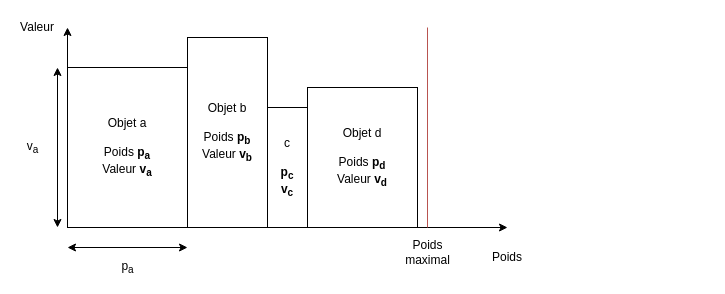
The draw.io diagram KP2.drawio in axelvan22/internship-lig, before the edit. Source tidied: cells renumbered, new cells numbered last; positions are measured from the earlier drawing's top-left corner, leaving out a move shared by most shapes. Both pictures are drawn from the tidied source at 100%, with x=0, y=0 at pixel (17, 17).
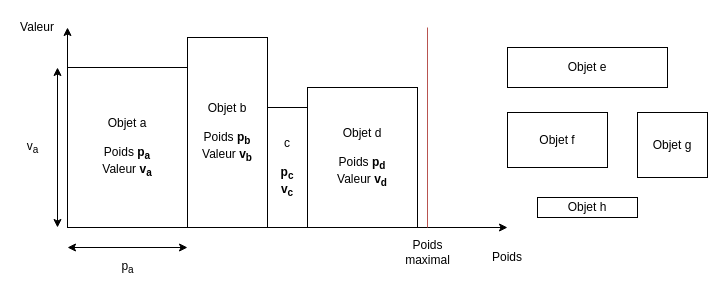
The same page after the edit.

The edit, as a diff of the source:
```diff
@@
+    <mxCell id="16" value="Objet e" style="rounded=0;whiteSpace=wrap;html=1;" parent="1" vertex="1">
+      <mxGeometry x="490" y="30" width="160" height="40" as="geometry" />
+    </mxCell>
+    <mxCell id="17" value="Objet f" style="rounded=0;whiteSpace=wrap;html=1;" parent="1" vertex="1">
+      <mxGeometry x="490" y="95" width="100" height="55" as="geometry" />
+    </mxCell>
+    <mxCell id="18" value="Objet g" style="rounded=0;whiteSpace=wrap;html=1;" parent="1" vertex="1">
+      <mxGeometry x="620" y="95" width="70" height="65" as="geometry" />
+    </mxCell>
+    <mxCell id="19" value="Objet h" style="rounded=0;whiteSpace=wrap;html=1;" parent="1" vertex="1">
+      <mxGeometry x="520" y="180" width="100" height="20" as="geometry" />
+    </mxCell>
```
